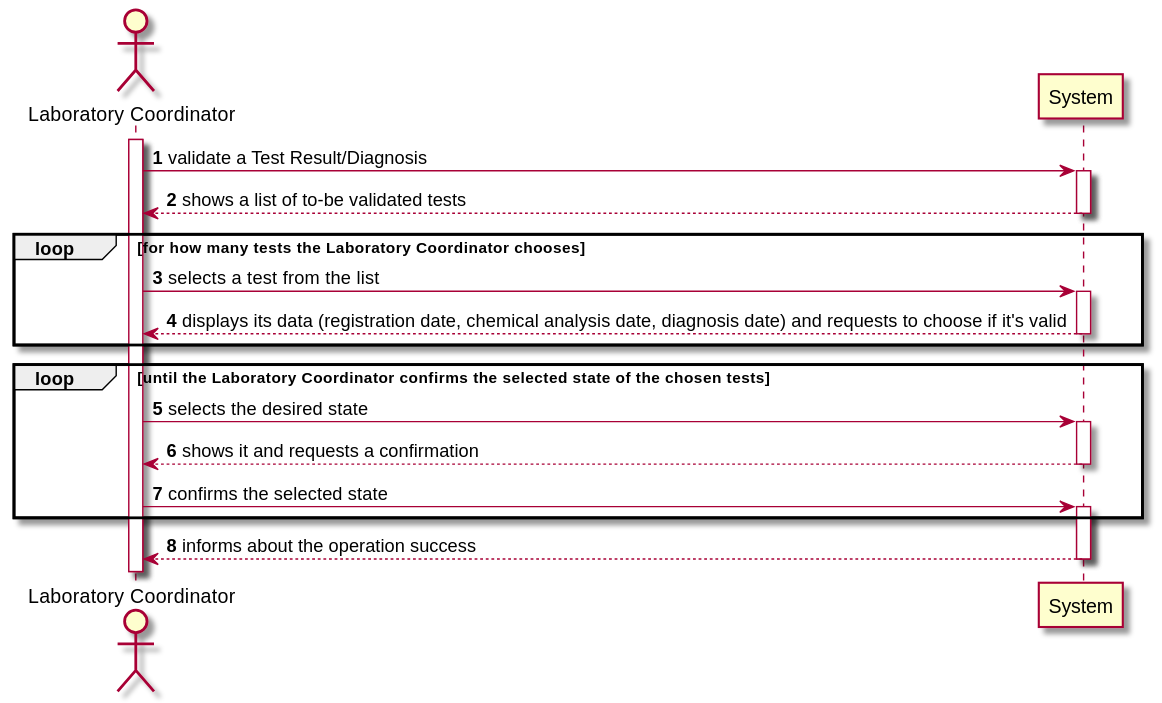
Earlier version of the PlantUML export docs/SprintC/US15/US15-SSD.svg (0franciscor/lei-21-s2-1de-g19).
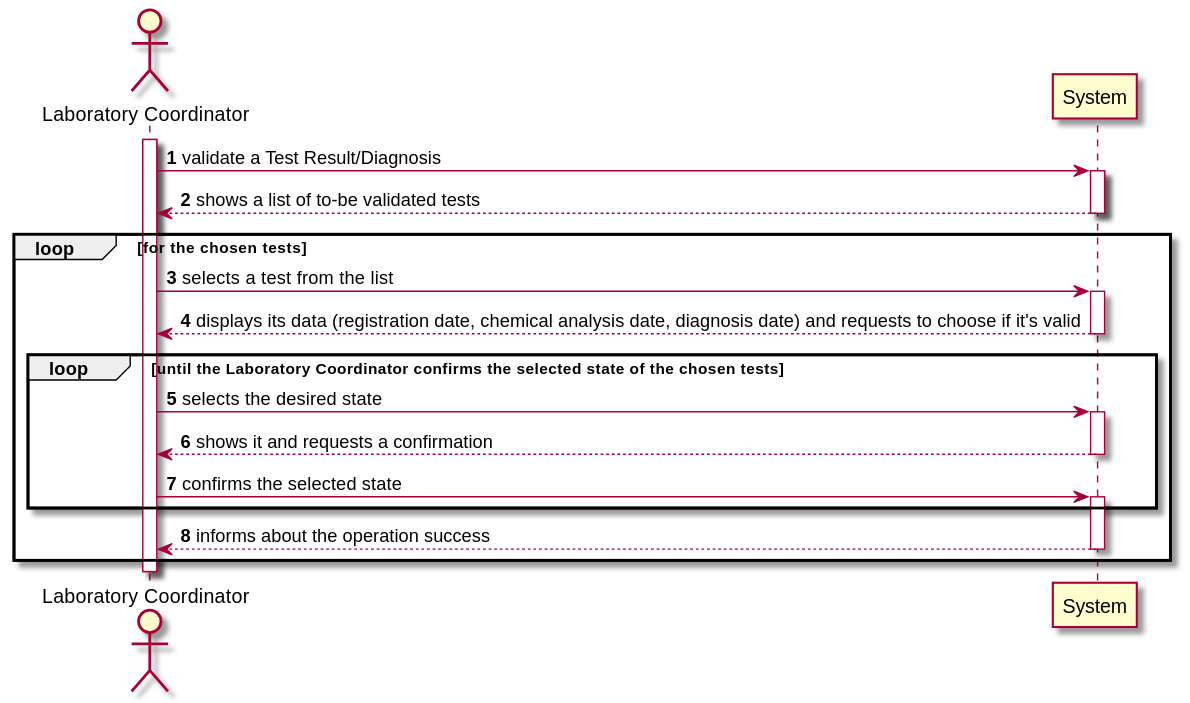
Later version of the same file.

What changed in the source:
```diff
@@ -6,15 +6,15 @@
 
 labC -> System ++: validate a Test Result/Diagnosis
 System --> labC --: shows a list of to-be validated tests
-loop for how many tests the Laboratory Coordinator chooses
+loop for the chosen tests
 labC -> System ++: selects a test from the list
 System -->  labC --: displays its data (registration date, chemical analysis date, diagnosis date) and requests to choose if it's valid
-end
 loop until the Laboratory Coordinator confirms the selected state of the chosen tests
 labC ->  System ++: selects the desired state
 System --> labC --: shows it and requests a confirmation
 labC -> System ++: confirms the selected state
 end
 System --> labC --: informs about the operation success
+end
 
 @enduml
```
